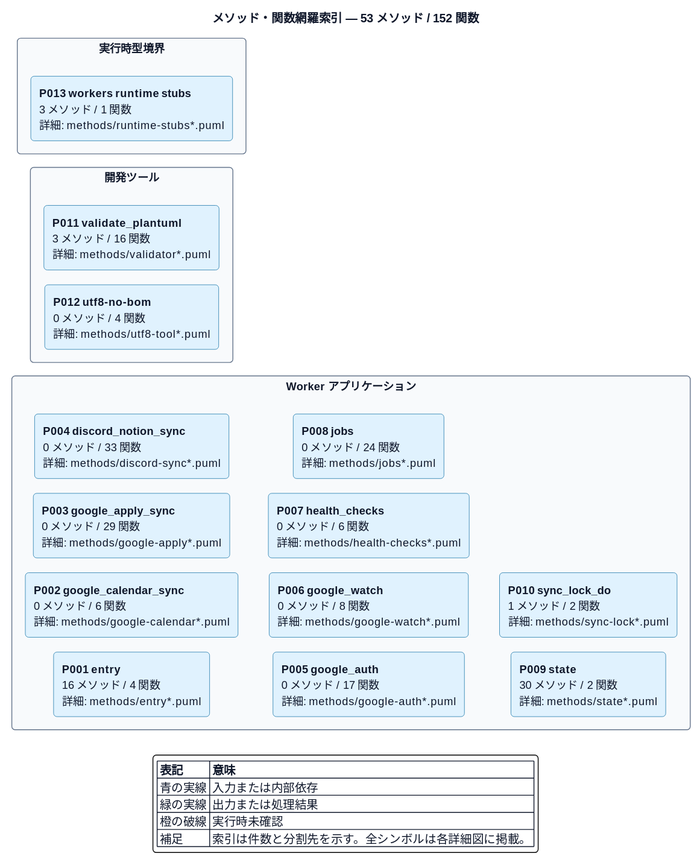
ichipiro/IE_Event_Bot keeps this PlantUML diagram as docs/architecture/plantuml/rendered/methods/00-method-index.svg. Above is the earlier version.
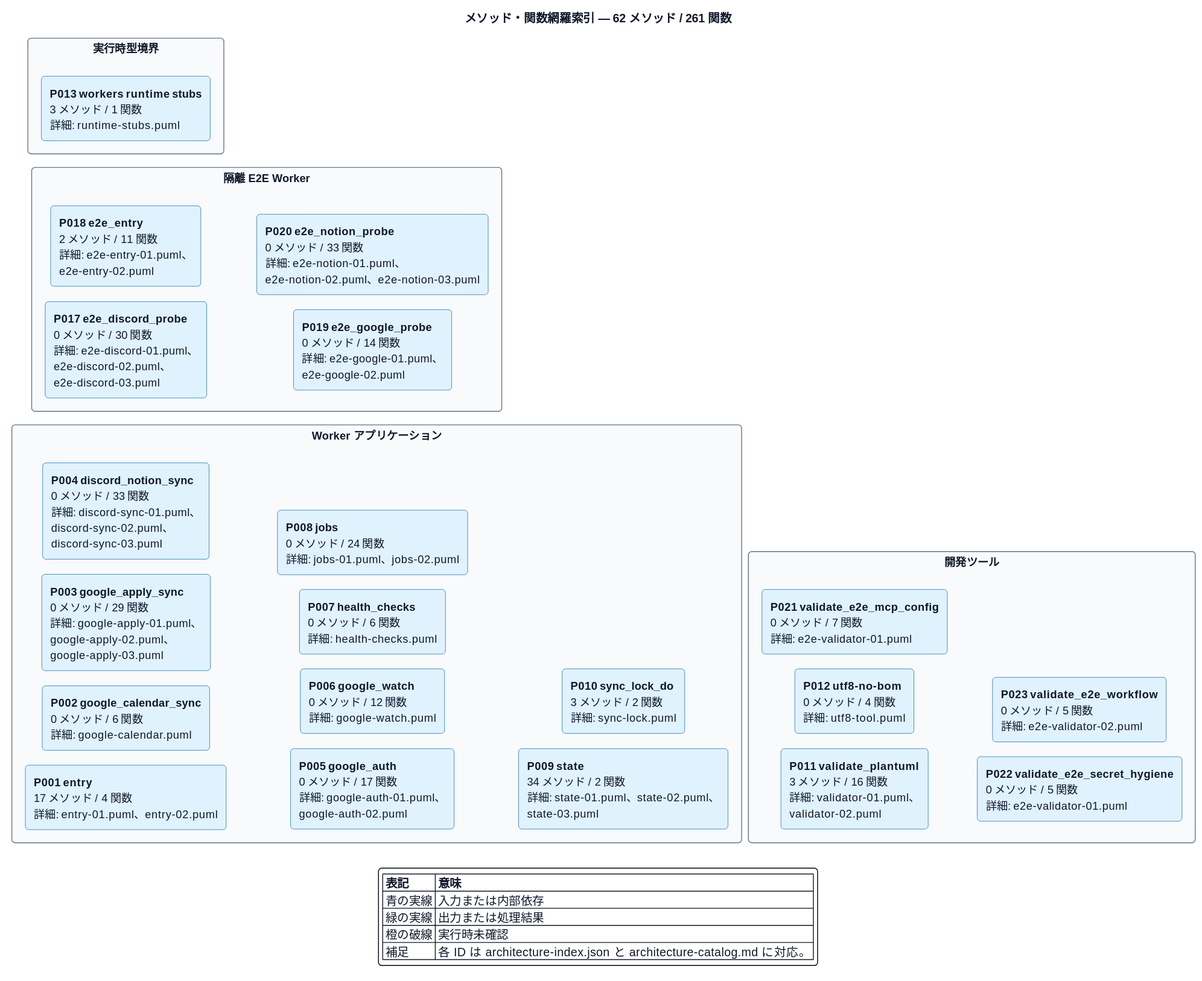
The same file after the commit.

The edit, as a diff of the source:
```diff
@@ -1,32 +1,41 @@
 @startuml
 !include ../_shared/style.puml
-title メソッド・関数網羅索引 — 53 メソッド / 152 関数
+title メソッド・関数網羅索引 — 62 メソッド / 261 関数
 !pragma layout smetana
 left to right direction
 package "Worker アプリケーション" {
-  component "<b>P001 entry</b>\n16 メソッド / 4 関数\n詳細: methods/entry*.puml" as P001
-  component "<b>P002 google_calendar_sync</b>\n0 メソッド / 6 関数\n詳細: methods/google-calendar*.puml" as P002
-  component "<b>P003 google_apply_sync</b>\n0 メソッド / 29 関数\n詳細: methods/google-apply*.puml" as P003
-  component "<b>P004 discord_notion_sync</b>\n0 メソッド / 33 関数\n詳細: methods/discord-sync*.puml" as P004
-  component "<b>P005 google_auth</b>\n0 メソッド / 17 関数\n詳細: methods/google-auth*.puml" as P005
-  component "<b>P006 google_watch</b>\n0 メソッド / 8 関数\n詳細: methods/google-watch*.puml" as P006
-  component "<b>P007 health_checks</b>\n0 メソッド / 6 関数\n詳細: methods/health-checks*.puml" as P007
-  component "<b>P008 jobs</b>\n0 メソッド / 24 関数\n詳細: methods/jobs*.puml" as P008
-  component "<b>P009 state</b>\n30 メソッド / 2 関数\n詳細: methods/state*.puml" as P009
-  component "<b>P010 sync_lock_do</b>\n1 メソッド / 2 関数\n詳細: methods/sync-lock*.puml" as P010
+  component "<b>P001 entry</b>\n17 メソッド / 4 関数\n詳細: entry-01.puml、entry-02.puml" as P001
+  component "<b>P002 google_calendar_sync</b>\n0 メソッド / 6 関数\n詳細: google-calendar.puml" as P002
+  component "<b>P003 google_apply_sync</b>\n0 メソッド / 29 関数\n詳細: google-apply-01.puml、google-apply-02.puml、google-apply-03.puml" as P003
+  component "<b>P004 discord_notion_sync</b>\n0 メソッド / 33 関数\n詳細: discord-sync-01.puml、discord-sync-02.puml、discord-sync-03.puml" as P004
+  component "<b>P005 google_auth</b>\n0 メソッド / 17 関数\n詳細: google-auth-01.puml、google-auth-02.puml" as P005
+  component "<b>P006 google_watch</b>\n0 メソッド / 12 関数\n詳細: google-watch.puml" as P006
+  component "<b>P007 health_checks</b>\n0 メソッド / 6 関数\n詳細: health-checks.puml" as P007
+  component "<b>P008 jobs</b>\n0 メソッド / 24 関数\n詳細: jobs-01.puml、jobs-02.puml" as P008
+  component "<b>P009 state</b>\n34 メソッド / 2 関数\n詳細: state-01.puml、state-02.puml、state-03.puml" as P009
+  component "<b>P010 sync_lock_do</b>\n3 メソッド / 2 関数\n詳細: sync-lock.puml" as P010
+}
+package "隔離 E2E Worker" {
+  component "<b>P017 e2e_discord_probe</b>\n0 メソッド / 30 関数\n詳細: e2e-discord-01.puml、e2e-discord-02.puml、e2e-discord-03.puml" as P017
+  component "<b>P018 e2e_entry</b>\n2 メソッド / 11 関数\n詳細: e2e-entry-01.puml、e2e-entry-02.puml" as P018
+  component "<b>P019 e2e_google_probe</b>\n0 メソッド / 14 関数\n詳細: e2e-google-01.puml、e2e-google-02.puml" as P019
+  component "<b>P020 e2e_notion_probe</b>\n0 メソッド / 33 関数\n詳細: e2e-notion-01.puml、e2e-notion-02.puml、e2e-notion-03.puml" as P020
 }
 package "開発ツール" {
-  component "<b>P011 validate_plantuml</b>\n3 メソッド / 16 関数\n詳細: methods/validator*.puml" as P011
-  component "<b>P012 utf8-no-bom</b>\n0 メソッド / 4 関数\n詳細: methods/utf8-tool*.puml" as P012
+  component "<b>P011 validate_plantuml</b>\n3 メソッド / 16 関数\n詳細: validator-01.puml、validator-02.puml" as P011
+  component "<b>P012 utf8-no-bom</b>\n0 メソッド / 4 関数\n詳細: utf8-tool.puml" as P012
+  component "<b>P021 validate_e2e_mcp_config</b>\n0 メソッド / 7 関数\n詳細: e2e-validator-01.puml" as P021
+  component "<b>P022 validate_e2e_secret_hygiene</b>\n0 メソッド / 5 関数\n詳細: e2e-validator-01.puml" as P022
+  component "<b>P023 validate_e2e_workflow</b>\n0 メソッド / 5 関数\n詳細: e2e-validator-02.puml" as P023
 }
 package "実行時型境界" {
-  component "<b>P013 workers runtime stubs</b>\n3 メソッド / 1 関数\n詳細: methods/runtime-stubs*.puml" as P013
+  component "<b>P013 workers runtime stubs</b>\n3 メソッド / 1 関数\n詳細: runtime-stubs.puml" as P013
 }
 legend bottom
   |= 表記 |= 意味 |
   | 青の実線 | 入力または内部依存 |
   | 緑の実線 | 出力または処理結果 |
   | 橙の破線 | 実行時未確認 |
-  | 補足 | 索引は件数と分割先を示す。全シンボルは各詳細図に掲載。 |
+  | 補足 | 各 ID は architecture-index.json と architecture-catalog.md に対応。 |
 endlegend
 @enduml
```
